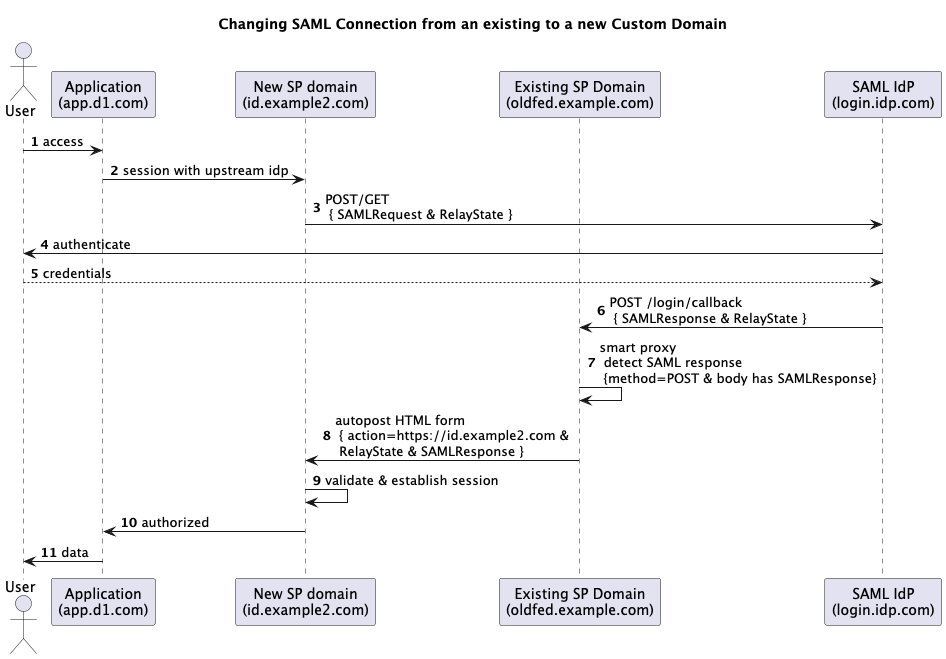
This is sequence/saml-migration.png from abbaspour/auth0-mcd-federation-migration, a PlantUML export, as it was before one commit.
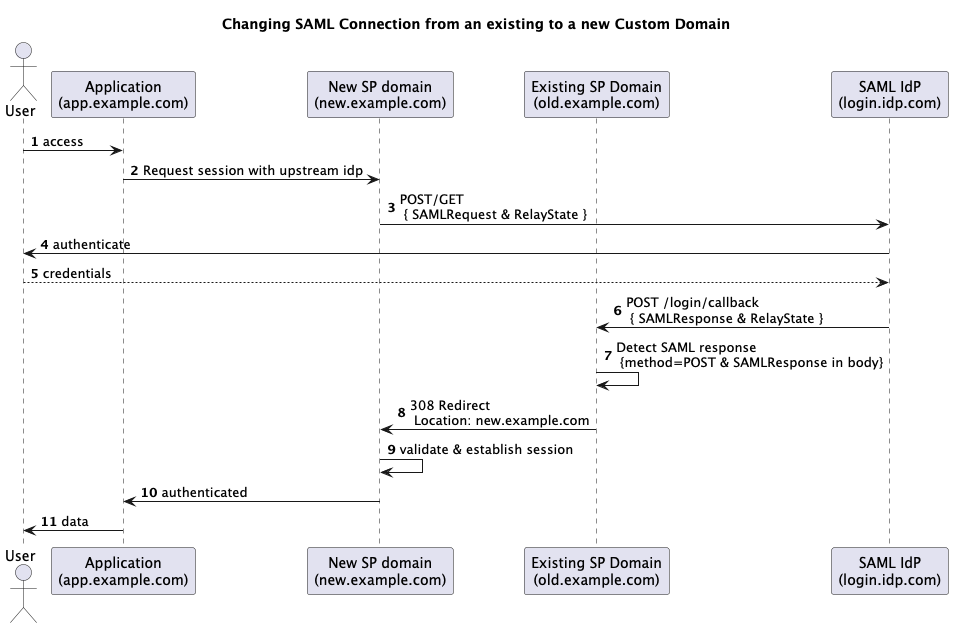
After the commit.

Commit message:
update pic from uml

What changed in the source:
```diff
@@ -4,24 +4,24 @@
 title Changing SAML Connection from an existing to a new Custom Domain
 
 actor User as u
-participant "Application\n(app.d1.com)" as app
-participant "New SP domain\n(id.example2.com)" as a0
-participant "Existing SP Domain\n(oldfed.example.com)" as sp
+participant "Application\n(app.example.com)" as app
+participant "New SP domain\n(new.example.com)" as a0
+participant "Existing SP Domain\n(old.example.com)" as sp
 participant "SAML IdP\n(login.idp.com)" as idp
 
 u -> app: access
 
-app -> a0: session with upstream idp
+app -> a0: Request session with upstream idp
 a0 -> idp: POST/GET \n { SAMLRequest & RelayState }
 idp -> u: authenticate
 u --> idp: credentials
 
 idp -> sp: POST /login/callback \n { SAMLResponse & RelayState }
-sp -> sp: smart proxy \n detect SAML response \n {method=POST & body has SAMLResponse}
-sp -> a0: autopost HTML form \n { action=https://id.example2.com & \n RelayState & SAMLResponse }
+sp -> sp: Detect SAML response \n {method=POST & SAMLResponse in body}
+sp -> a0: 308 Redirect \n Location: new.example.com
 
 a0 -> a0: validate & establish session
-a0 -> app: authorized
+a0 -> app: authenticated
 
 app -> u: data
 @enduml
```
